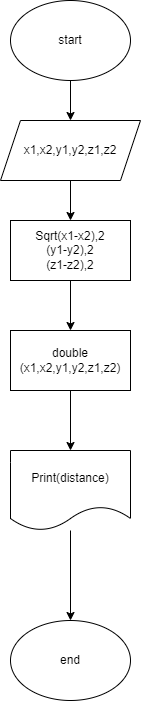
Earlier version of the draw.io export Work9/9.drawio.png (Mari745/Homework). Source tidied: cells renumbered, new cells last; positions are measured from the earlier drawing's top-left corner, leaving out a move shared by most shapes.
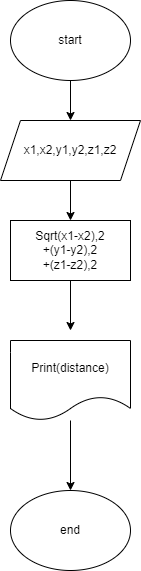
Later version of the same file.

Commit message:
Добавлена корректировка в задачу 9 и блок-схему

Change to the diagram source:
```diff
@@ -14,26 +14,22 @@
     <mxCell id="5" value="x1,x2,y1,y2,z1,z2" style="shape=parallelogram;perimeter=parallelogramPerimeter;whiteSpace=wrap;html=1;fixedSize=1;" parent="1" vertex="1">
       <mxGeometry y="120" width="140" height="60" as="geometry" />
     </mxCell>
-    <mxCell id="6" style="edgeStyle=none;html=1;" parent="1" edge="1" source="7" target="12">
-      <mxGeometry relative="1" as="geometry" />
+    <mxCell id="6" style="edgeStyle=none;html=1;" parent="1" edge="1" source="7">
+      <mxGeometry relative="1" as="geometry">
+        <mxPoint x="70" y="330" as="targetPoint" />
+      </mxGeometry>
     </mxCell>
-    <mxCell id="7" value="Sqrt(x1-x2),2&lt;br&gt;(y1-y2),2&lt;br&gt;(z1-z2),2" style="rounded=0;whiteSpace=wrap;html=1;" parent="1" vertex="1">
+    <mxCell id="7" value="Sqrt(x1-x2),2&lt;br&gt;+(y1-y2),2&lt;br&gt;+(z1-z2),2" style="rounded=0;whiteSpace=wrap;html=1;" parent="1" vertex="1">
       <mxGeometry x="10" y="220" width="120" height="60" as="geometry" />
     </mxCell>
     <mxCell id="8" style="edgeStyle=none;html=1;" parent="1" edge="1" source="9" target="10">
       <mxGeometry relative="1" as="geometry" />
     </mxCell>
     <mxCell id="9" value="Print(distance)" style="shape=document;whiteSpace=wrap;html=1;boundedLbl=1;" parent="1" vertex="1">
-      <mxGeometry x="10" y="450" width="120" height="80" as="geometry" />
+      <mxGeometry x="10" y="340" width="120" height="80" as="geometry" />
     </mxCell>
     <mxCell id="10" value="end" style="ellipse;whiteSpace=wrap;html=1;" parent="1" vertex="1">
-      <mxGeometry x="10" y="620" width="120" height="80" as="geometry" />
+      <mxGeometry x="10" y="490" width="120" height="80" as="geometry" />
     </mxCell>
-    <mxCell id="11" style="edgeStyle=none;html=1;" parent="1" edge="1" source="12" target="9">
-      <mxGeometry relative="1" as="geometry" />
-    </mxCell>
-    <mxCell id="12" value="double (x1,x2,y1,y2,z1,z2)" style="rounded=0;whiteSpace=wrap;html=1;" parent="1" vertex="1">
-      <mxGeometry x="10" y="330" width="120" height="60" as="geometry" />
-    </mxCell>
   </root>
 </mxGraphModel>
```
